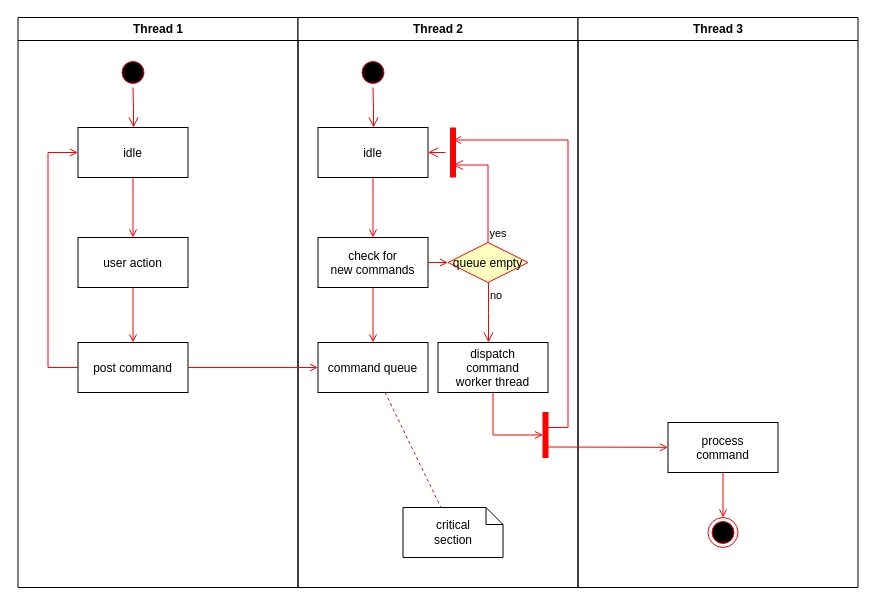
Earlier version of the draw.io diagram Untitled Diagram.drawio (mycvlnn/Document). Source tidied: cells renumbered, new cells numbered last; positions are measured from the earlier drawing's top-left corner, leaving out a move shared by most shapes. Both pictures are drawn from the tidied source at 100%, with x=0, y=0 at pixel (17, 17).
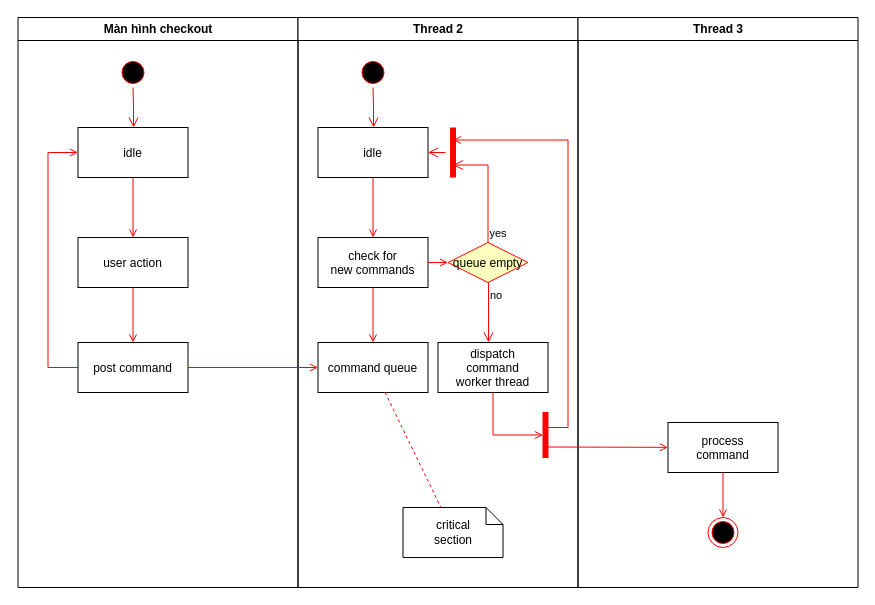
Above is the later version.

What changed in the source:
```diff
@@
-    <mxCell id="2" value="Thread 1" style="swimlane;whiteSpace=wrap;" parent="1" vertex="1">
+    <mxCell id="2" value="Màn hình checkout" style="swimlane;whiteSpace=wrap;" parent="1" vertex="1">
       <mxGeometry x="0.5" width="280" height="570" as="geometry" />
     </mxCell>
```
